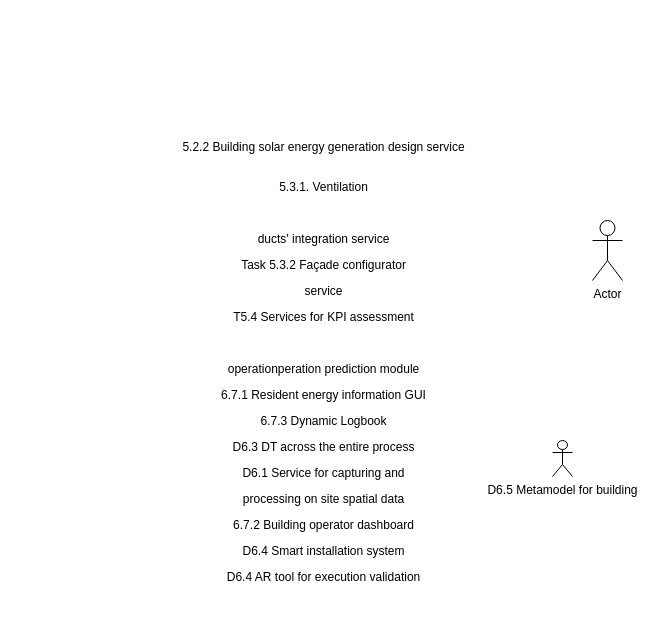
This is Untitled Diagram.drawio from npasto/DotNetProject, a draw.io file, before an edit. Source tidied: cells renumbered, new cells numbered last; positions are measured from the earlier drawing's top-left corner, leaving out a move shared by most shapes. Both pictures are drawn from the tidied source at 100%, with x=0, y=0 at pixel (322, 107).
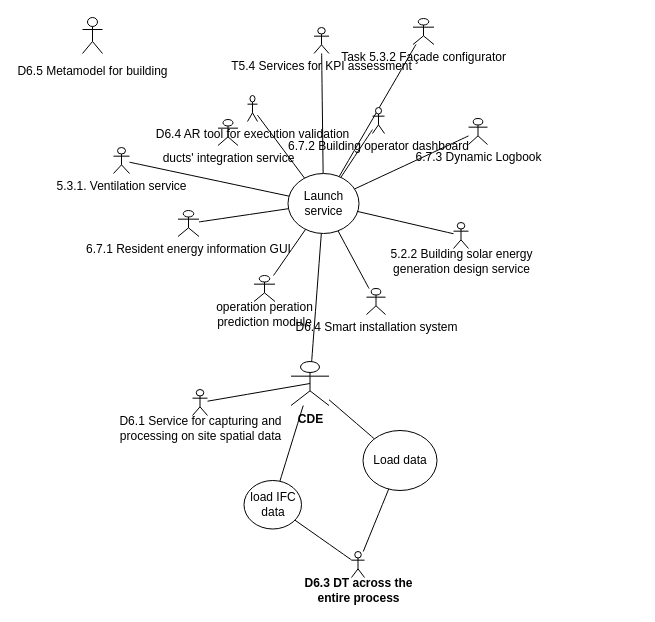
The same diagram, later.

Diff of the diagram source:
```diff
@@
-    <mxCell id="2" value="D6.5 Metamodel for building " style="shape=umlActor;verticalLabelPosition=bottom;verticalAlign=top;html=1;" parent="1" vertex="1">
-      <mxGeometry x="230" y="333" width="20" height="36" as="geometry" />
+    <mxCell id="2" value="D6.5 Metamodel for building " style="shape=umlActor;verticalLabelPosition=bottom;verticalAlign=middle;html=1;align=center;" parent="1" vertex="1">
+      <mxGeometry x="-240" y="-90" width="20" height="36" as="geometry" />
     </mxCell>
-    <mxCell id="3" value="Actor" style="shape=umlActor;verticalLabelPosition=bottom;verticalAlign=top;html=1;" parent="1" vertex="1">
-      <mxGeometry x="270" y="113" width="30" height="60" as="geometry" />
-    </mxCell>
+    <mxCell id="19" style="edgeStyle=orthogonalEdgeStyle;curved=1;rounded=0;jettySize=auto;html=1;fontFamily=Helvetica;fontSize=12;fontColor=default;endArrow=none;endFill=0;noEdgeStyle=1;" parent="1" edge="1" source="4" target="38">
+      <mxGeometry relative="1" as="geometry" />
+    </mxCell>
-    <mxCell id="4" value="5.2.2 Building solar energy generation design service" style="shape=umlActor;verticalLabelPosition=bottom;verticalAlign=top;html=1;outlineConnect=0;fontFamily=Helvetica;fontSize=12;fontColor=default;align=center;strokeColor=default;fillColor=default;gradientColor=none;" parent="1" vertex="1">
-      <mxGeometry height="26" as="geometry" />
+    <mxCell id="4" value="5.2.2 Building solar energy &lt;br&gt;generation design service" style="shape=umlActor;verticalLabelPosition=bottom;verticalAlign=middle;html=1;outlineConnect=0;fontFamily=Helvetica;fontSize=12;fontColor=default;align=center;strokeColor=default;fillColor=default;gradientColor=none;" parent="1" vertex="1">
+      <mxGeometry x="131" y="115" width="15" height="26" as="geometry" />
     </mxCell>
+    <mxCell id="20" style="edgeStyle=orthogonalEdgeStyle;curved=1;rounded=0;jettySize=auto;html=1;fontFamily=Helvetica;fontSize=12;fontColor=default;endArrow=none;endFill=0;noEdgeStyle=1;" parent="1" edge="1" source="5" target="38">
+      <mxGeometry relative="1" as="geometry" />
+    </mxCell>
-    <mxCell id="5" value="5.3.1. Ventilation " style="shape=umlActor;verticalLabelPosition=bottom;verticalAlign=top;html=1;outlineConnect=0;fontFamily=Helvetica;fontSize=12;fontColor=default;align=center;strokeColor=default;fillColor=default;gradientColor=none;" parent="1" vertex="1">
-      <mxGeometry y="40" height="26" as="geometry" />
+    <mxCell id="5" value="5.3.1. Ventilation service" style="shape=umlActor;verticalLabelPosition=bottom;verticalAlign=middle;html=1;outlineConnect=0;fontFamily=Helvetica;fontSize=12;fontColor=default;align=center;strokeColor=default;fillColor=default;gradientColor=none;" parent="1" vertex="1">
+      <mxGeometry x="-209" y="40" width="16" height="26" as="geometry" />
     </mxCell>
-    <mxCell id="6" value="ducts' integration service" style="shape=umlActor;verticalLabelPosition=bottom;verticalAlign=top;html=1;fontFamily=Helvetica;fontSize=12;fontColor=default;align=center;strokeColor=default;fillColor=default;gradientColor=none;" parent="1" vertex="1">
-      <mxGeometry y="92" height="26" as="geometry" />
+    <mxCell id="6" value="ducts' integration service" style="shape=umlActor;verticalLabelPosition=bottom;verticalAlign=middle;html=1;fontFamily=Helvetica;fontSize=12;fontColor=default;align=center;strokeColor=default;fillColor=default;gradientColor=none;" parent="1" vertex="1">
+      <mxGeometry x="-104.5" y="12" width="20" height="26" as="geometry" />
     </mxCell>
+    <mxCell id="21" style="edgeStyle=orthogonalEdgeStyle;curved=1;rounded=0;jettySize=auto;html=1;fontFamily=Helvetica;fontSize=12;fontColor=default;endArrow=none;endFill=0;noEdgeStyle=1;" parent="1" edge="1" source="18" target="38">
+      <mxGeometry relative="1" as="geometry" />
+    </mxCell>
+    <mxCell id="18" value="D6.4 AR tool for execution validation" style="shape=umlActor;verticalLabelPosition=bottom;verticalAlign=middle;html=1;outlineConnect=0;fontFamily=Helvetica;fontSize=12;fontColor=default;align=center;strokeColor=default;fillColor=default;gradientColor=none;" parent="1" vertex="1">
+      <mxGeometry x="-75" y="-12" width="10" height="26" as="geometry" />
+    </mxCell>
+    <mxCell id="22" style="edgeStyle=orthogonalEdgeStyle;curved=1;rounded=0;jettySize=auto;html=1;fontFamily=Helvetica;fontSize=12;fontColor=default;endArrow=none;endFill=0;noEdgeStyle=1;" parent="1" edge="1" source="7" target="38">
+      <mxGeometry relative="1" as="geometry" />
+    </mxCell>
-    <mxCell id="7" value="Task 5.3.2 Façade configurator" style="shape=umlActor;verticalLabelPosition=bottom;verticalAlign=top;html=1;outlineConnect=0;fontFamily=Helvetica;fontSize=12;fontColor=default;align=center;strokeColor=default;fillColor=default;gradientColor=none;" parent="1" vertex="1">
-      <mxGeometry y="118" height="26" as="geometry" />
+    <mxCell id="7" value="Task 5.3.2 Façade configurator" style="shape=umlActor;verticalLabelPosition=bottom;verticalAlign=middle;html=1;outlineConnect=0;fontFamily=Helvetica;fontSize=12;fontColor=default;align=center;strokeColor=default;fillColor=default;gradientColor=none;" parent="1" vertex="1">
+      <mxGeometry x="90.5" y="-89" width="21" height="26" as="geometry" />
     </mxCell>
-    <mxCell id="8" value="service" style="shape=umlActor;verticalLabelPosition=bottom;verticalAlign=top;html=1;fontFamily=Helvetica;fontSize=12;fontColor=default;align=center;strokeColor=default;fillColor=default;gradientColor=none;" parent="1" vertex="1">
-      <mxGeometry y="144" height="26" as="geometry" />
-    </mxCell>
+    <mxCell id="23" style="edgeStyle=orthogonalEdgeStyle;curved=1;rounded=0;jettySize=auto;html=1;fontFamily=Helvetica;fontSize=12;fontColor=default;endArrow=none;endFill=0;noEdgeStyle=1;" parent="1" edge="1" source="9" target="38">
+      <mxGeometry relative="1" as="geometry" />
+    </mxCell>
-    <mxCell id="9" value="T5.4 Services for KPI assessment" style="shape=umlActor;verticalLabelPosition=bottom;verticalAlign=top;html=1;outlineConnect=0;fontFamily=Helvetica;fontSize=12;fontColor=default;align=center;strokeColor=default;fillColor=default;gradientColor=none;" parent="1" vertex="1">
-      <mxGeometry y="170" height="26" as="geometry" />
+    <mxCell id="9" value="T5.4 Services for KPI assessment" style="shape=umlActor;verticalLabelPosition=bottom;verticalAlign=middle;html=1;outlineConnect=0;fontFamily=Helvetica;fontSize=12;fontColor=default;align=center;strokeColor=default;fillColor=default;gradientColor=none;" parent="1" vertex="1">
+      <mxGeometry x="-8.5" y="-80" width="15" height="26" as="geometry" />
     </mxCell>
+    <mxCell id="24" style="edgeStyle=orthogonalEdgeStyle;curved=1;rounded=0;jettySize=auto;html=1;fontFamily=Helvetica;fontSize=12;fontColor=default;endArrow=none;endFill=0;noEdgeStyle=1;" parent="1" edge="1" source="10" target="38">
+      <mxGeometry relative="1" as="geometry" />
+    </mxCell>
-    <mxCell id="10" value="operationperation prediction module" style="shape=umlActor;verticalLabelPosition=bottom;verticalAlign=top;html=1;outlineConnect=0;fontFamily=Helvetica;fontSize=12;fontColor=default;align=center;strokeColor=default;fillColor=default;gradientColor=none;" parent="1" vertex="1">
-      <mxGeometry y="222" height="26" as="geometry" />
+    <mxCell id="10" value="operation peration&lt;br&gt;prediction module" style="shape=umlActor;verticalLabelPosition=bottom;verticalAlign=middle;html=1;outlineConnect=0;fontFamily=Helvetica;fontSize=12;fontColor=default;align=center;strokeColor=default;fillColor=default;gradientColor=none;" parent="1" vertex="1">
+      <mxGeometry x="-68.5" y="168" width="21" height="26" as="geometry" />
     </mxCell>
+    <mxCell id="25" style="edgeStyle=orthogonalEdgeStyle;curved=1;rounded=0;jettySize=auto;html=1;fontFamily=Helvetica;fontSize=12;fontColor=default;endArrow=none;endFill=0;noEdgeStyle=1;" parent="1" edge="1" source="11" target="38">
+      <mxGeometry relative="1" as="geometry" />
+    </mxCell>
-    <mxCell id="11" value="6.7.1 Resident energy information GUI" style="shape=umlActor;verticalLabelPosition=bottom;verticalAlign=top;html=1;outlineConnect=0;fontFamily=Helvetica;fontSize=12;fontColor=default;align=center;strokeColor=default;fillColor=default;gradientColor=none;" parent="1" vertex="1">
-      <mxGeometry y="248" height="26" as="geometry" />
+    <mxCell id="11" value="6.7.1 Resident energy information GUI" style="shape=umlActor;verticalLabelPosition=bottom;verticalAlign=middle;html=1;outlineConnect=0;fontFamily=Helvetica;fontSize=12;fontColor=default;align=center;strokeColor=default;fillColor=default;gradientColor=none;" parent="1" vertex="1">
+      <mxGeometry x="-144.5" y="103" width="21" height="26" as="geometry" />
     </mxCell>
+    <mxCell id="26" style="edgeStyle=orthogonalEdgeStyle;curved=1;rounded=0;jettySize=auto;html=1;fontFamily=Helvetica;fontSize=12;fontColor=default;endArrow=none;endFill=0;noEdgeStyle=1;" parent="1" edge="1" source="12" target="38">
+      <mxGeometry relative="1" as="geometry" />
+    </mxCell>
-    <mxCell id="12" value="6.7.3 Dynamic Logbook" style="shape=umlActor;verticalLabelPosition=bottom;verticalAlign=top;html=1;outlineConnect=0;fontFamily=Helvetica;fontSize=12;fontColor=default;align=center;strokeColor=default;fillColor=default;gradientColor=none;" parent="1" vertex="1">
-      <mxGeometry y="274" height="26" as="geometry" />
+    <mxCell id="12" value="6.7.3 Dynamic Logbook" style="shape=umlActor;verticalLabelPosition=bottom;verticalAlign=middle;html=1;outlineConnect=0;fontFamily=Helvetica;fontSize=12;fontColor=default;align=center;strokeColor=default;fillColor=default;gradientColor=none;" parent="1" vertex="1">
+      <mxGeometry x="146" y="11" width="19" height="26" as="geometry" />
     </mxCell>
-    <mxCell id="13" value="D6.3 DT across the entire process" style="shape=umlActor;verticalLabelPosition=bottom;verticalAlign=top;html=1;outlineConnect=0;fontFamily=Helvetica;fontSize=12;fontColor=default;align=center;strokeColor=default;fillColor=default;gradientColor=none;" parent="1" vertex="1">
-      <mxGeometry y="300" height="26" as="geometry" />
+    <mxCell id="13" value="D6.3 DT across the&lt;br&gt;entire process" style="shape=umlActor;verticalLabelPosition=bottom;verticalAlign=middle;html=1;outlineConnect=0;fontFamily=Helvetica;fontSize=12;fontColor=default;align=center;strokeColor=default;fillColor=default;gradientColor=none;fontStyle=1;" parent="1" vertex="1">
+      <mxGeometry x="29" y="444" width="13" height="26" as="geometry" />
     </mxCell>
+    <mxCell id="27" style="edgeStyle=orthogonalEdgeStyle;curved=1;rounded=0;jettySize=auto;html=1;fontFamily=Helvetica;fontSize=12;fontColor=default;endArrow=none;endFill=0;entryX=0.5;entryY=0.5;entryDx=0;entryDy=0;entryPerimeter=0;noEdgeStyle=1;" parent="1" edge="1" source="14" target="33">
+      <mxGeometry relative="1" as="geometry" />
+    </mxCell>
-    <mxCell id="14" value="D6.1 Service for capturing and " style="shape=umlActor;verticalLabelPosition=bottom;verticalAlign=top;html=1;outlineConnect=0;fontFamily=Helvetica;fontSize=12;fontColor=default;align=center;strokeColor=default;fillColor=default;gradientColor=none;" parent="1" vertex="1">
-      <mxGeometry y="326" height="26" as="geometry" />
+    <mxCell id="14" value="D6.1 Service for capturing and &lt;br&gt;processing on site spatial data" style="shape=umlActor;verticalLabelPosition=bottom;verticalAlign=middle;html=1;outlineConnect=0;fontFamily=Helvetica;fontSize=12;fontColor=default;align=center;strokeColor=default;fillColor=default;gradientColor=none;" parent="1" vertex="1">
+      <mxGeometry x="-130" y="282" width="15" height="26" as="geometry" />
     </mxCell>
-    <mxCell id="15" value="processing on site spatial data" style="shape=umlActor;verticalLabelPosition=bottom;verticalAlign=top;html=1;fontFamily=Helvetica;fontSize=12;fontColor=default;align=center;strokeColor=default;fillColor=default;gradientColor=none;" parent="1" vertex="1">
-      <mxGeometry y="352" height="26" as="geometry" />
-    </mxCell>
+    <mxCell id="28" style="edgeStyle=orthogonalEdgeStyle;curved=1;rounded=0;jettySize=auto;html=1;fontFamily=Helvetica;fontSize=12;fontColor=default;endArrow=none;endFill=0;noEdgeStyle=1;" parent="1" edge="1" source="16" target="38">
+      <mxGeometry relative="1" as="geometry" />
+    </mxCell>
-    <mxCell id="16" value="6.7.2 Building operator dashboard" style="shape=umlActor;verticalLabelPosition=bottom;verticalAlign=top;html=1;outlineConnect=0;fontFamily=Helvetica;fontSize=12;fontColor=default;align=center;strokeColor=default;fillColor=default;gradientColor=none;" parent="1" vertex="1">
-      <mxGeometry y="378" height="26" as="geometry" />
+    <mxCell id="16" value="6.7.2 Building operator dashboard" style="shape=umlActor;verticalLabelPosition=bottom;verticalAlign=middle;html=1;outlineConnect=0;fontFamily=Helvetica;fontSize=12;fontColor=default;align=center;strokeColor=default;fillColor=default;gradientColor=none;" parent="1" vertex="1">
+      <mxGeometry x="50" width="12" height="26" as="geometry" />
     </mxCell>
+    <mxCell id="29" style="edgeStyle=orthogonalEdgeStyle;curved=1;rounded=0;jettySize=auto;html=1;fontFamily=Helvetica;fontSize=12;fontColor=default;endArrow=none;endFill=0;noEdgeStyle=1;" parent="1" edge="1" source="17" target="38">
+      <mxGeometry relative="1" as="geometry" />
+    </mxCell>
-    <mxCell id="17" value="D6.4 Smart installation system" style="shape=umlActor;verticalLabelPosition=bottom;verticalAlign=top;html=1;outlineConnect=0;fontFamily=Helvetica;fontSize=12;fontColor=default;align=center;strokeColor=default;fillColor=default;gradientColor=none;" parent="1" vertex="1">
-      <mxGeometry y="404" height="26" as="geometry" />
+    <mxCell id="17" value="D6.4 Smart installation system" style="shape=umlActor;verticalLabelPosition=bottom;verticalAlign=middle;html=1;outlineConnect=0;fontFamily=Helvetica;fontSize=12;fontColor=default;align=center;strokeColor=default;fillColor=default;gradientColor=none;" parent="1" vertex="1">
+      <mxGeometry x="44" y="181" width="19" height="26" as="geometry" />
     </mxCell>
-    <mxCell id="18" value="D6.4 AR tool for execution validation" style="shape=umlActor;verticalLabelPosition=bottom;verticalAlign=top;html=1;outlineConnect=0;fontFamily=Helvetica;fontSize=12;fontColor=default;align=center;strokeColor=default;fillColor=default;gradientColor=none;" parent="1" vertex="1">
-      <mxGeometry y="430" height="26" as="geometry" />
-    </mxCell>
+    <mxCell id="30" style="edgeStyle=orthogonalEdgeStyle;curved=1;rounded=0;jettySize=auto;html=1;entryDx=0;entryDy=0;entryPerimeter=0;fontFamily=Helvetica;fontSize=12;fontColor=default;endArrow=none;endFill=0;noEdgeStyle=1;" parent="1" edge="1" source="31" target="33">
+      <mxGeometry relative="1" as="geometry" />
+    </mxCell>
+    <mxCell id="31" value="Load data" style="ellipse;whiteSpace=wrap;html=1;verticalAlign=middle;gradientColor=none;align=center;" parent="1" vertex="1">
+      <mxGeometry x="40.5" y="323" width="74" height="60" as="geometry" />
+    </mxCell>
+    <mxCell id="32" style="edgeStyle=orthogonalEdgeStyle;curved=1;rounded=0;jettySize=auto;html=1;fontFamily=Helvetica;fontSize=12;fontColor=default;endArrow=none;endFill=0;noEdgeStyle=1;" parent="1" edge="1" source="33" target="38">
+      <mxGeometry relative="1" as="geometry" />
+    </mxCell>
+    <mxCell id="33" value="CDE" style="shape=umlActor;verticalLabelPosition=bottom;verticalAlign=top;html=1;outlineConnect=0;fontFamily=Helvetica;fontSize=12;fontColor=default;strokeColor=default;fillColor=default;gradientColor=none;fontStyle=1;" parent="1" vertex="1">
+      <mxGeometry x="-31.5" y="254" width="38" height="44" as="geometry" />
+    </mxCell>
+    <mxCell id="34" style="edgeStyle=orthogonalEdgeStyle;curved=1;rounded=0;jettySize=auto;html=1;fontFamily=Helvetica;fontSize=12;fontColor=default;endArrow=none;endFill=0;exitDx=0;exitDy=0;exitPerimeter=0;noEdgeStyle=1;" parent="1" edge="1" source="13" target="37">
+      <mxGeometry relative="1" as="geometry" />
+    </mxCell>
+    <mxCell id="35" style="edgeStyle=orthogonalEdgeStyle;curved=1;rounded=0;jettySize=auto;html=1;fontFamily=Helvetica;fontSize=12;fontColor=default;endArrow=none;endFill=0;noEdgeStyle=1;" parent="1" edge="1" source="31" target="13">
+      <mxGeometry relative="1" as="geometry" />
+    </mxCell>
+    <mxCell id="36" style="edgeStyle=orthogonalEdgeStyle;curved=1;rounded=0;jettySize=auto;html=1;fontFamily=Helvetica;fontSize=12;fontColor=default;endArrow=none;endFill=0;noEdgeStyle=1;" parent="1" edge="1" source="37" target="33">
+      <mxGeometry relative="1" as="geometry" />
+    </mxCell>
+    <mxCell id="37" value="&lt;div style=&quot;&quot;&gt;&lt;span style=&quot;font-weight: normal; background-color: initial;&quot;&gt;load IFC data&lt;/span&gt;&lt;/div&gt;" style="ellipse;whiteSpace=wrap;html=1;verticalAlign=middle;gradientColor=none;fontStyle=1;align=center;" parent="1" vertex="1">
+      <mxGeometry x="-78.5" y="373" width="57.5" height="48.5" as="geometry" />
+    </mxCell>
+    <mxCell id="38" value="Launch service" style="ellipse;whiteSpace=wrap;html=1;fontFamily=Helvetica;fontSize=12;fontColor=default;strokeColor=default;fillColor=default;gradientColor=none;" parent="1" vertex="1">
+      <mxGeometry x="-34.5" y="66" width="71" height="60" as="geometry" />
+    </mxCell>
```
